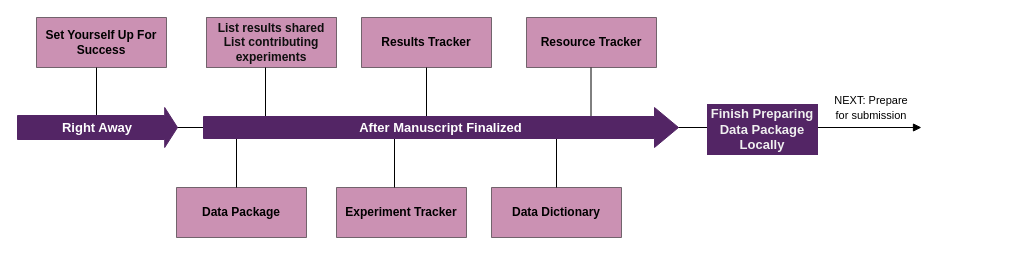
This is docs/fit/best-fit-recs/assets/late-res-low.drawio from norc-heal/heal-data-pkg-guide, a draw.io file, before an edit. Source tidied: cells renumbered, new cells numbered last; positions are measured from the earlier drawing's top-left corner, leaving out a move shared by most shapes. Both pictures are drawn from the tidied source at 100%, with x=0, y=0 at pixel (17, 17).
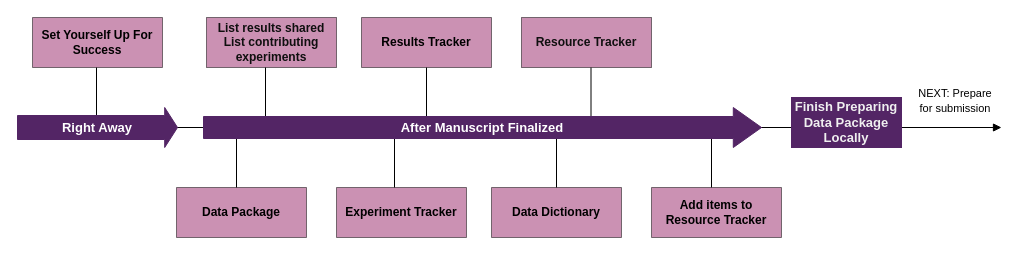
The same page after the edit.

The edit, as a diff of the source:
```diff
@@
+    <mxCell id="21" style="endArrow=none;html=1;fontColor=#0F0F0F;rounded=0;" parent="1" edge="1">
+      <mxGeometry relative="1" as="geometry">
+        <mxPoint x="694" y="110" as="sourcePoint" />
+        <mxPoint x="694" y="170" as="targetPoint" />
+      </mxGeometry>
+    </mxCell>
     <mxCell id="2" value="&lt;font style=&quot;font-size: 11px;&quot;&gt;NEXT: Prepare for submission&lt;/font&gt;" style="rounded=0;whiteSpace=wrap;html=1;strokeColor=none;" parent="1" vertex="1">
-      <mxGeometry x="814" y="70" width="80" height="40" as="geometry" />
+      <mxGeometry x="898" y="63" width="80" height="40" as="geometry" />
     </mxCell>
     <mxCell id="3" style="endArrow=block;html=1;rounded=0;endFill=1;startArrow=none;" parent="1" edge="1">
       <mxGeometry relative="1" as="geometry">
         <mxPoint x="14" y="110" as="sourcePoint" />
-        <mxPoint x="904" y="110" as="targetPoint" />
+        <mxPoint x="984" y="110" as="targetPoint" />
       </mxGeometry>
     </mxCell>
     <mxCell id="4" value="Finish Preparing Data Package Locally" style="rounded=0;whiteSpace=wrap;html=1;fillColor=#532565;fontColor=#F0F0F0;fontStyle=1;glass=0;fontSize=13;strokeColor=#532565;" parent="1" vertex="1">
-      <mxGeometry x="690" y="87" width="110" height="50" as="geometry" />
+      <mxGeometry x="774" y="80" width="110" height="50" as="geometry" />
     </mxCell>
@@
-    <mxCell id="13" value="&lt;b&gt;Results Tracker&lt;/b&gt;" style="swimlane;fontStyle=0;horizontal=1;startSize=50;whiteSpace=wrap;html=1;rounded=0;shadow=0;glass=0;fillColor=#982568;gradientColor=none;gradientDirection=radial;opacity=50;" parent="1" vertex="1" collapsed="1">
-      <mxGeometry x="344" width="130" height="50" as="geometry" />
-    </mxCell>
@@
+    <mxCell id="18" value="&lt;font color=&quot;#ffffff&quot; style=&quot;font-size: 13px;&quot;&gt;&lt;b style=&quot;font-size: 13px;&quot;&gt;After Manuscript Finalized&lt;/b&gt;&lt;/font&gt;" style="shape=singleArrow;whiteSpace=wrap;html=1;arrowWidth=0.55;arrowSize=0.05052631578947368;fillColor=#532565;strokeColor=#532565;fontSize=13;labelBorderColor=none;" parent="1" vertex="1">
+      <mxGeometry x="186" y="90" width="558" height="40" as="geometry" />
+    </mxCell>
+    <mxCell id="20" value="&lt;b&gt;Experiment Tracker&lt;/b&gt;" style="swimlane;fontStyle=0;horizontal=1;startSize=50;whiteSpace=wrap;html=1;rounded=0;shadow=0;glass=0;fillColor=#982568;gradientColor=none;gradientDirection=radial;opacity=50;" parent="1" vertex="1" collapsed="1">
+      <mxGeometry x="319" y="170" width="130" height="50" as="geometry" />
+    </mxCell>
+    <mxCell id="13" value="&lt;b&gt;Results Tracker&lt;/b&gt;" style="swimlane;fontStyle=0;horizontal=1;startSize=50;whiteSpace=wrap;html=1;rounded=0;shadow=0;glass=0;fillColor=#982568;gradientColor=none;gradientDirection=radial;opacity=50;" parent="1" vertex="1" collapsed="1">
+      <mxGeometry x="344" width="130" height="50" as="geometry" />
+    </mxCell>
     <mxCell id="17" value="&lt;b&gt;Set Yourself Up For Success&lt;/b&gt;" style="swimlane;fontStyle=0;horizontal=1;startSize=50;whiteSpace=wrap;html=1;rounded=0;shadow=0;glass=0;fillColor=#982568;gradientColor=none;gradientDirection=radial;opacity=50;" parent="1" vertex="1" collapsed="1">
-      <mxGeometry x="19" width="130" height="50" as="geometry" />
+      <mxGeometry x="15" width="130" height="50" as="geometry" />
     </mxCell>
-    <mxCell id="18" value="&lt;font color=&quot;#ffffff&quot; style=&quot;font-size: 13px;&quot;&gt;&lt;b style=&quot;font-size: 13px;&quot;&gt;After Manuscript Finalized&lt;/b&gt;&lt;/font&gt;" style="shape=singleArrow;whiteSpace=wrap;html=1;arrowWidth=0.55;arrowSize=0.05052631578947368;fillColor=#532565;strokeColor=#532565;fontSize=13;labelBorderColor=none;" parent="1" vertex="1">
-      <mxGeometry x="186" y="90" width="475" height="40" as="geometry" />
-    </mxCell>
+    <mxCell id="22" value="Resource Tracker" style="rounded=0;whiteSpace=wrap;html=1;fillColor=#982568;fontColor=#0F0F0F;fontStyle=1;opacity=50;" parent="1" vertex="1">
+      <mxGeometry x="504" width="130" height="50" as="geometry" />
+    </mxCell>
-    <mxCell id="19" value="&lt;b&gt;Resource Tracker&lt;/b&gt;" style="swimlane;fontStyle=0;horizontal=1;startSize=50;whiteSpace=wrap;html=1;rounded=0;shadow=0;glass=0;fillColor=#982568;gradientColor=none;gradientDirection=radial;opacity=50;swimlaneLine=1;" parent="1" vertex="1" collapsed="1">
-      <mxGeometry x="509" width="130" height="50" as="geometry" />
+    <mxCell id="19" value="&lt;b&gt;Add items to Resource Tracker&lt;/b&gt;" style="swimlane;fontStyle=0;horizontal=1;startSize=50;whiteSpace=wrap;html=1;rounded=0;shadow=0;glass=0;fillColor=#982568;gradientColor=none;gradientDirection=radial;opacity=50;swimlaneLine=1;" parent="1" vertex="1" collapsed="1">
+      <mxGeometry x="634" y="170" width="130" height="50" as="geometry" />
     </mxCell>
-    <mxCell id="20" value="&lt;b&gt;Experiment Tracker&lt;/b&gt;" style="swimlane;fontStyle=0;horizontal=1;startSize=50;whiteSpace=wrap;html=1;rounded=0;shadow=0;glass=0;fillColor=#982568;gradientColor=none;gradientDirection=radial;opacity=50;" parent="1" vertex="1" collapsed="1">
-      <mxGeometry x="319" y="170" width="130" height="50" as="geometry" />
-    </mxCell>
```
